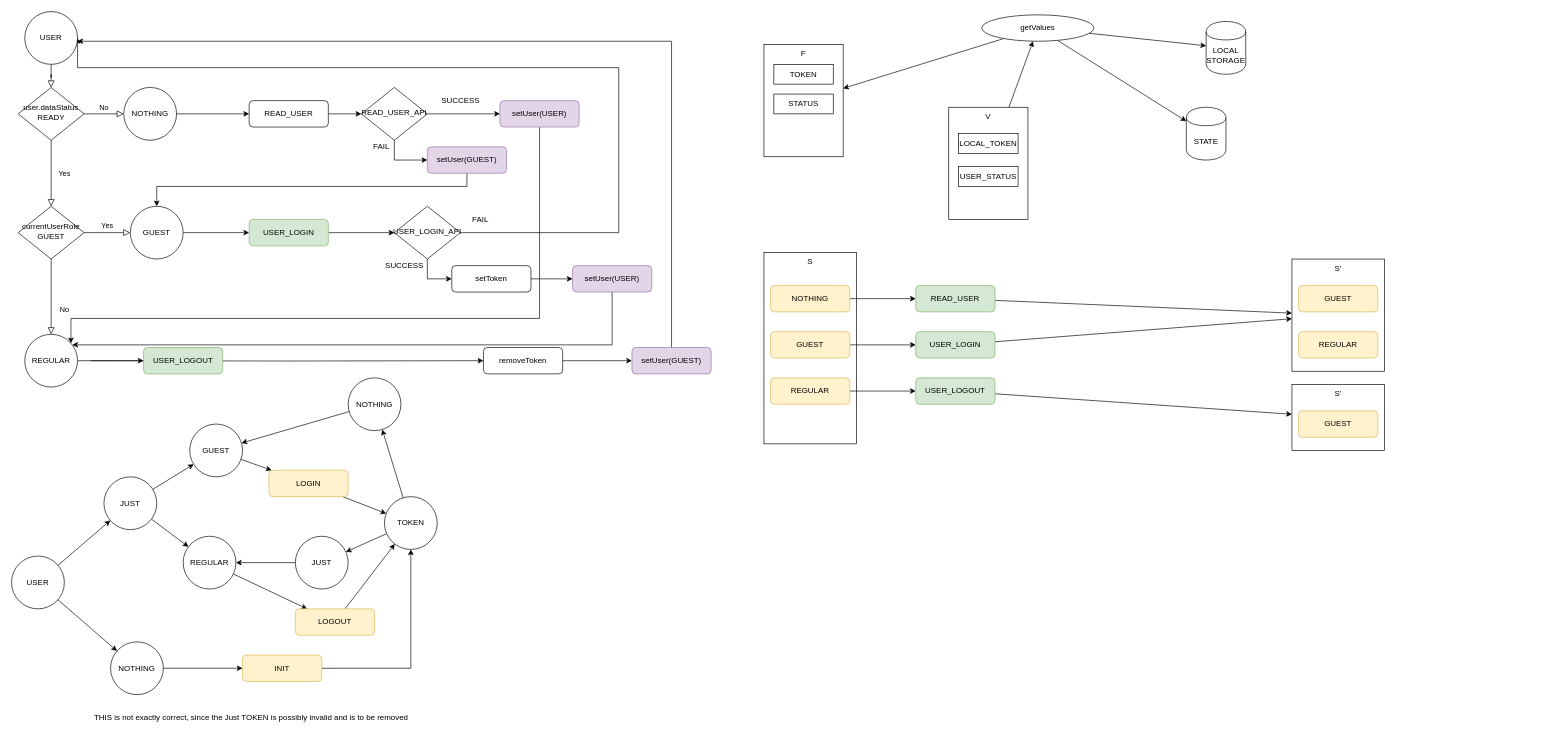
Before: docs/user_saga.drawio in mialso/category-product, a draw.io diagram. Source tidied: cells renumbered, new cells numbered last; positions are measured from the earlier drawing's top-left corner, leaving out a move shared by most shapes. Both pictures are drawn from the tidied source at 66%, with x=0, y=0 at pixel (11, 11).
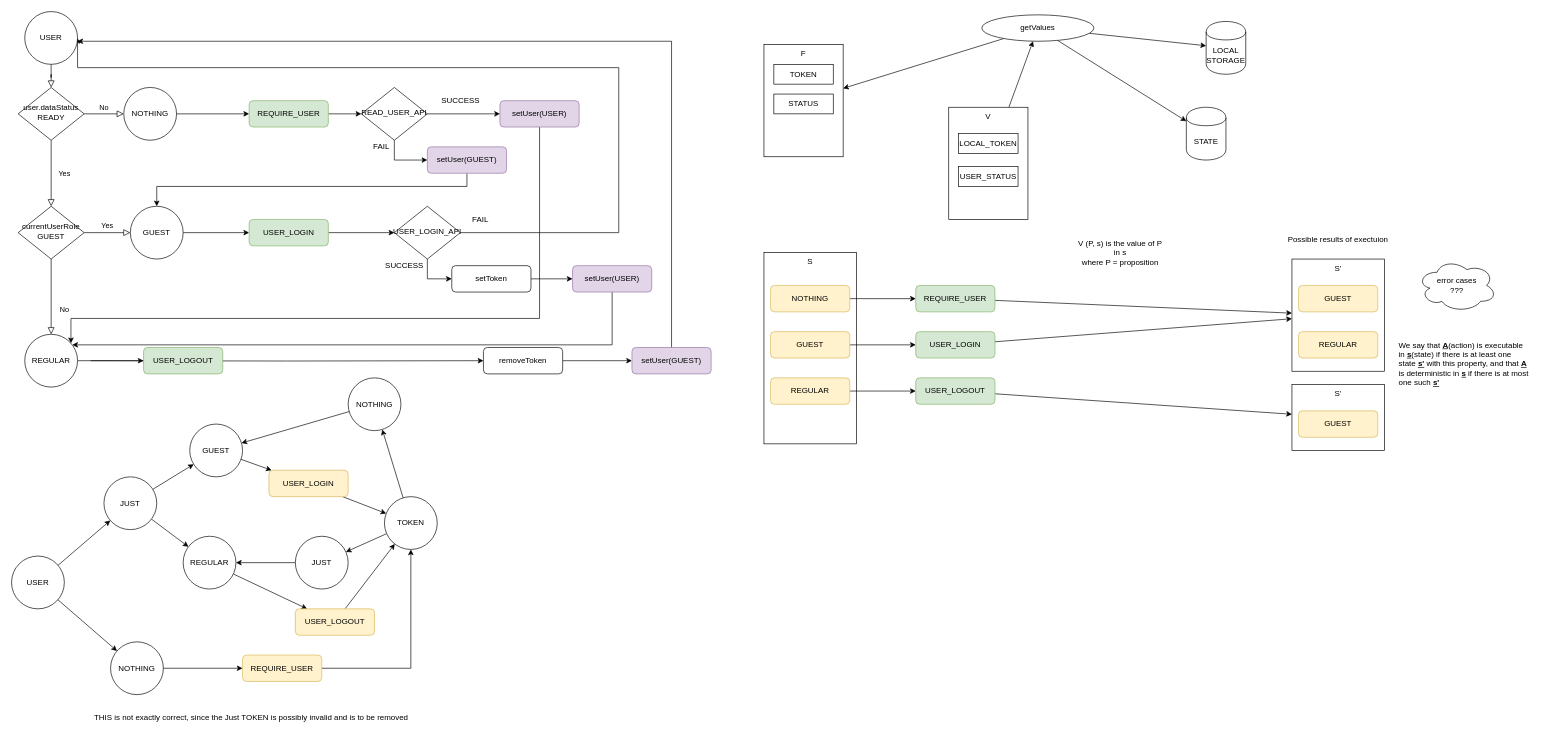
Above is the later version.

Commit message (it also covers changes not shown here):
User: improve state naming, fix middleware data implementation

What changed in the source:
```diff
@@
-    <mxCell id="8" value="READ_USER" style="rounded=1;whiteSpace=wrap;html=1;fontSize=12;glass=0;strokeWidth=1;shadow=0;" parent="1" vertex="1">
+    <mxCell id="8" value="REQUIRE_USER" style="rounded=1;whiteSpace=wrap;html=1;fontSize=12;glass=0;strokeWidth=1;shadow=0;fillColor=#d5e8d4;strokeColor=#82b366;" parent="1" vertex="1">
       <mxGeometry x="360" y="135" width="120" height="40" as="geometry" />
     </mxCell>
@@
-    <mxCell id="60" value="LOGIN" style="rounded=1;whiteSpace=wrap;html=1;fontSize=12;glass=0;strokeWidth=1;shadow=0;fillColor=#fff2cc;strokeColor=#d6b656;" parent="1" vertex="1">
+    <mxCell id="60" value="USER_LOGIN" style="rounded=1;whiteSpace=wrap;html=1;fontSize=12;glass=0;strokeWidth=1;shadow=0;fillColor=#fff2cc;strokeColor=#d6b656;" parent="1" vertex="1">
       <mxGeometry x="390" y="695" width="120" height="40" as="geometry" />
     </mxCell>
@@
-    <mxCell id="62" value="INIT" style="rounded=1;whiteSpace=wrap;html=1;fontSize=12;glass=0;strokeWidth=1;shadow=0;fillColor=#fff2cc;strokeColor=#d6b656;" parent="1" vertex="1">
+    <mxCell id="62" value="REQUIRE_USER" style="rounded=1;whiteSpace=wrap;html=1;fontSize=12;glass=0;strokeWidth=1;shadow=0;fillColor=#fff2cc;strokeColor=#d6b656;" parent="1" vertex="1">
       <mxGeometry x="350" y="975" width="120" height="40" as="geometry" />
     </mxCell>
@@
-    <mxCell id="65" value="LOGOUT" style="rounded=1;whiteSpace=wrap;html=1;fontSize=12;glass=0;strokeWidth=1;shadow=0;fillColor=#fff2cc;strokeColor=#d6b656;" parent="1" vertex="1">
+    <mxCell id="65" value="USER_LOGOUT" style="rounded=1;whiteSpace=wrap;html=1;fontSize=12;glass=0;strokeWidth=1;shadow=0;fillColor=#fff2cc;strokeColor=#d6b656;" parent="1" vertex="1">
       <mxGeometry x="430" y="905" width="120" height="40" as="geometry" />
     </mxCell>
@@
-    <mxCell id="87" value="READ_USER" style="rounded=1;whiteSpace=wrap;html=1;fontSize=12;glass=0;strokeWidth=1;shadow=0;fillColor=#d5e8d4;strokeColor=#82b366;" parent="1" vertex="1">
+    <mxCell id="87" value="REQUIRE_USER" style="rounded=1;whiteSpace=wrap;html=1;fontSize=12;glass=0;strokeWidth=1;shadow=0;fillColor=#d5e8d4;strokeColor=#82b366;" parent="1" vertex="1">
       <mxGeometry x="1370" y="415" width="120" height="40" as="geometry" />
     </mxCell>
@@
+    <mxCell id="103" value="V (P, s) is the value of P in s&lt;br&gt;where P = proposition" style="text;html=1;strokeColor=none;fillColor=none;align=center;verticalAlign=middle;whiteSpace=wrap;rounded=0;" parent="1" vertex="1">
+      <mxGeometry x="1610" y="345" width="140" height="40" as="geometry" />
+    </mxCell>
+    <mxCell id="104" value="Possible results of exectuion" style="text;html=1;strokeColor=none;fillColor=none;align=center;verticalAlign=middle;whiteSpace=wrap;rounded=0;" parent="1" vertex="1">
+      <mxGeometry x="1920" y="325" width="180" height="40" as="geometry" />
+    </mxCell>
+    <mxCell id="105" value="error cases&lt;br&gt;???" style="ellipse;shape=cloud;whiteSpace=wrap;html=1;" parent="1" vertex="1">
+      <mxGeometry x="2130" y="375" width="120" height="80" as="geometry" />
+    </mxCell>
+    <mxCell id="106" value="&lt;div&gt;We say that &lt;b&gt;&lt;u&gt;A&lt;/u&gt;&lt;/b&gt;(action) is executable in &lt;u&gt;&lt;b&gt;s&lt;/b&gt;&lt;/u&gt;(state) if&amp;nbsp;there is at least one state &lt;u&gt;&lt;b&gt;s'&lt;/b&gt;&lt;/u&gt; with this property, and that &lt;b&gt;&lt;u&gt;A&lt;/u&gt;&lt;/b&gt; is deterministic&amp;nbsp;in &lt;b&gt;&lt;u&gt;s&lt;/u&gt;&lt;/b&gt; if there is at most one such &lt;b&gt;&lt;u&gt;s'&lt;/u&gt;&lt;/b&gt;&lt;/div&gt;" style="text;html=1;strokeColor=none;fillColor=none;align=left;verticalAlign=middle;whiteSpace=wrap;rounded=0;" parent="1" vertex="1">
+      <mxGeometry x="2100" y="489" width="200" height="90" as="geometry" />
+    </mxCell>
```
